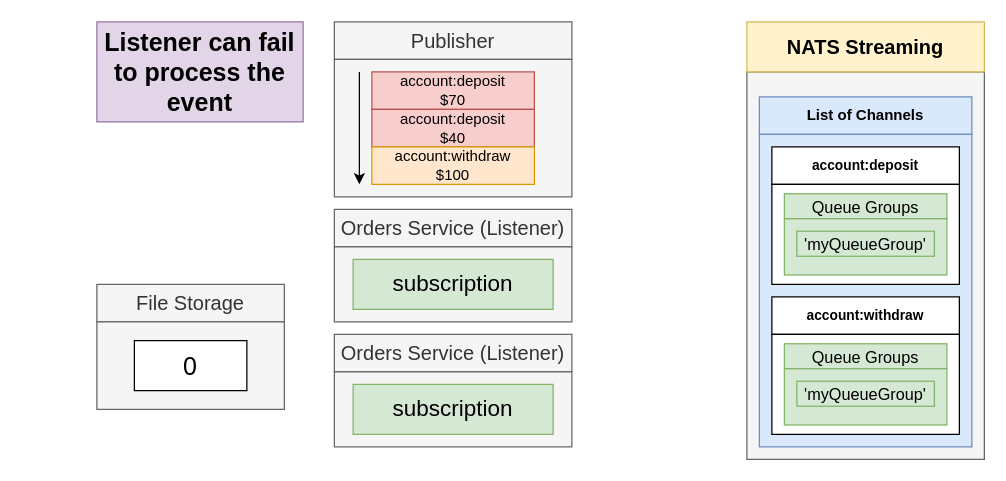
Above: page "27 - one" (28 of 32) of diagrams/05/11.drawio in HappySuzuki/microservices-cast (draw.io), before the change. Source tidied: cells renumbered, new cells numbered last; positions are measured from the earlier drawing's top-left corner, leaving out a move shared by most shapes. Both pictures are drawn from the tidied source at 125%, with x=0, y=0 at pixel (96, 21).
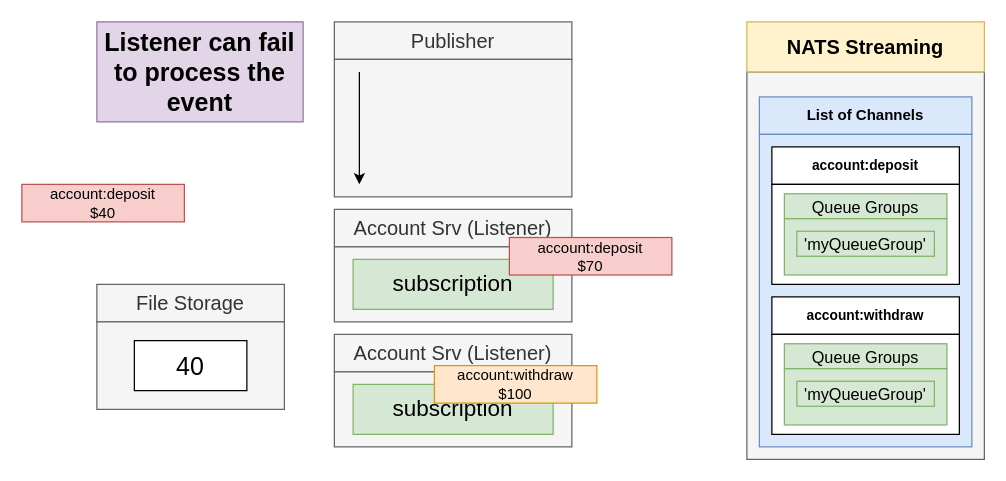
The same diagram, later.

Diff of the diagram source:
```diff
@@
-    <mxCell id="5" value="Orders Service (Listener)" style="rounded=0;whiteSpace=wrap;html=1;fillColor=#f5f5f5;strokeColor=#666666;fontColor=#333333;fontStyle=0;fontSize=16;" parent="1" vertex="1">
+    <mxCell id="5" value="Account Srv (Listener)" style="rounded=0;whiteSpace=wrap;html=1;fillColor=#f5f5f5;strokeColor=#666666;fontColor=#333333;fontStyle=0;fontSize=16;" parent="1" vertex="1">
       <mxGeometry x="190" y="150" width="190" height="30" as="geometry" />
     </mxCell>
@@
-    <mxCell id="11" value="Orders Service (Listener)" style="rounded=0;whiteSpace=wrap;html=1;fillColor=#f5f5f5;strokeColor=#666666;fontColor=#333333;fontStyle=0;fontSize=16;" parent="1" vertex="1">
+    <mxCell id="11" value="Account Srv (Listener)" style="rounded=0;whiteSpace=wrap;html=1;fillColor=#f5f5f5;strokeColor=#666666;fontColor=#333333;fontStyle=0;fontSize=16;" parent="1" vertex="1">
       <mxGeometry x="190" y="250" width="190" height="30" as="geometry" />
     </mxCell>
@@
     <mxCell id="18" value="account:deposit&lt;br style=&quot;font-size: 12px;&quot;&gt;$70" style="rounded=0;whiteSpace=wrap;html=1;fontSize=12;align=center;fillColor=#f8cecc;strokeColor=#b85450;" parent="1" vertex="1">
-      <mxGeometry x="220" y="40" width="130" height="30" as="geometry" />
+      <mxGeometry x="330" y="172.5" width="130" height="30" as="geometry" />
     </mxCell>
     <mxCell id="19" value="account:deposit&lt;br style=&quot;font-size: 12px&quot;&gt;$40" style="rounded=0;whiteSpace=wrap;html=1;fontSize=12;align=center;fillColor=#f8cecc;strokeColor=#b85450;" parent="1" vertex="1">
-      <mxGeometry x="220" y="70" width="130" height="30" as="geometry" />
+      <mxGeometry x="-60" y="130" width="130" height="30" as="geometry" />
     </mxCell>
     <mxCell id="20" value="account:withdraw&lt;br style=&quot;font-size: 12px&quot;&gt;$100" style="rounded=0;whiteSpace=wrap;html=1;fontSize=12;align=center;fillColor=#ffe6cc;strokeColor=#d79b00;" parent="1" vertex="1">
-      <mxGeometry x="220" y="100" width="130" height="30" as="geometry" />
+      <mxGeometry x="270" y="275" width="130" height="30" as="geometry" />
     </mxCell>
@@
-    <mxCell id="30" value="0" style="rounded=0;whiteSpace=wrap;html=1;fontSize=20;fontColor=#000000;align=center;" parent="1" vertex="1">
+    <mxCell id="30" value="40" style="rounded=0;whiteSpace=wrap;html=1;fontSize=20;fontColor=#000000;align=center;" parent="1" vertex="1">
       <mxGeometry x="30" y="255" width="90" height="40" as="geometry" />
     </mxCell>
```
